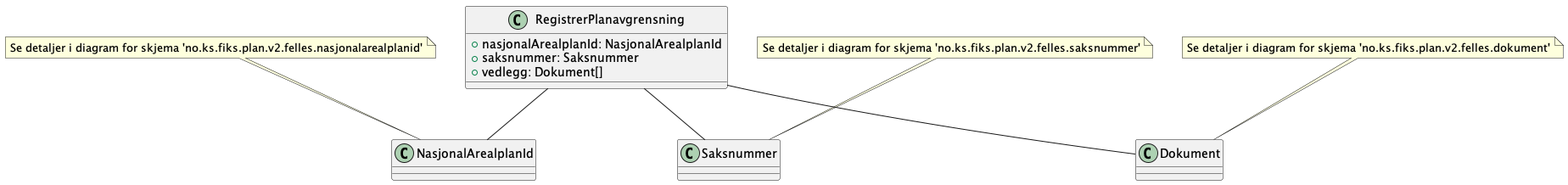
The PlantUML diagram Dokumentasjon/V2/ClassDiagrams/no.ks.fiks.plan.v2.oppdatering.planavgrensning.registrer/planavgrensning-registrer.png in ks-no/fiks-plan-specification, before a commit. Source of this version:
```plantuml
@startuml

class RegistrerPlanavgrensning {
    +nasjonalArealplanId: NasjonalArealplanId
    +saksnummer: Saksnummer
    +vedlegg: Dokument[]
}

RegistrerPlanavgrensning -- NasjonalArealplanId
RegistrerPlanavgrensning -- Saksnummer
RegistrerPlanavgrensning -- Dokument

note top of NasjonalArealplanId : Se detaljer i diagram for skjema 'no.ks.fiks.plan.v2.felles.nasjonalarealplanid'
note top of Saksnummer : Se detaljer i diagram for skjema 'no.ks.fiks.plan.v2.felles.saksnummer'
note top of Dokument : Se detaljer i diagram for skjema 'no.ks.fiks.plan.v2.felles.dokument'

@enduml
```
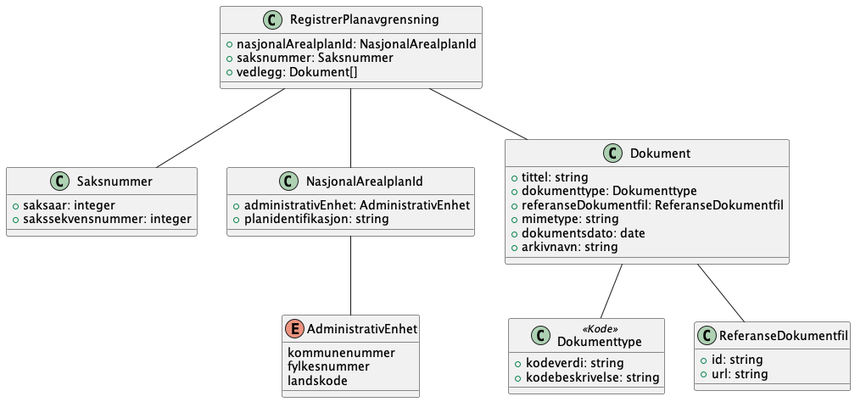
After the change.

What changed in the source:
```diff
@@ -1,4 +1,7 @@
 @startuml
+!include ./../no.ks.fiks.plan.v2.felles.saksnummer/saksnummer.pu
+!include ./../no.ks.fiks.plan.v2.felles.nasjonalarealplanid/nasjonalarealplanid.pu
+!include ./../no.ks.fiks.plan.v2.felles.dokument/dokument.pu
 
 class RegistrerPlanavgrensning {
     +nasjonalArealplanId: NasjonalArealplanId
@@ -10,8 +13,4 @@
 RegistrerPlanavgrensning -- Saksnummer
 RegistrerPlanavgrensning -- Dokument
 
-note top of NasjonalArealplanId : Se detaljer i diagram for skjema 'no.ks.fiks.plan.v2.felles.nasjonalarealplanid'
-note top of Saksnummer : Se detaljer i diagram for skjema 'no.ks.fiks.plan.v2.felles.saksnummer'
-note top of Dokument : Se detaljer i diagram for skjema 'no.ks.fiks.plan.v2.felles.dokument'
-
 @enduml
```
